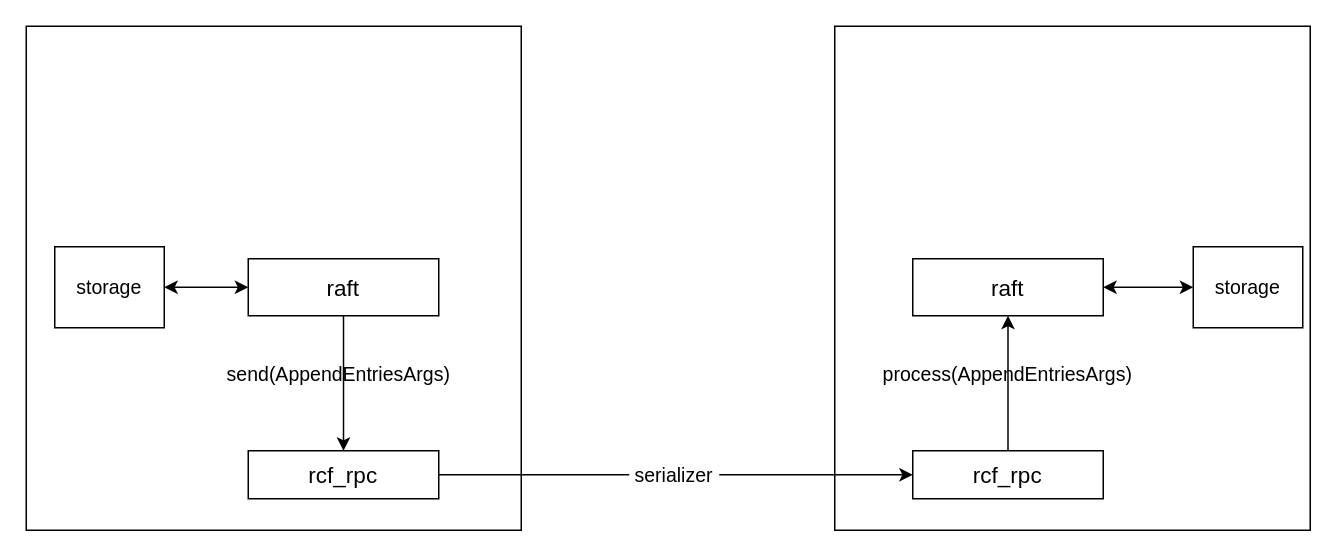
This is FlexRaft.drawio from Holworth/DrawIO, a draw.io file, before an edit. Source tidied: cells renumbered, new cells numbered last; positions are measured from the earlier drawing's top-left corner, leaving out a move shared by most shapes. Both pictures are drawn from the tidied source at 150%, with x=0, y=0 at pixel (26, 26).
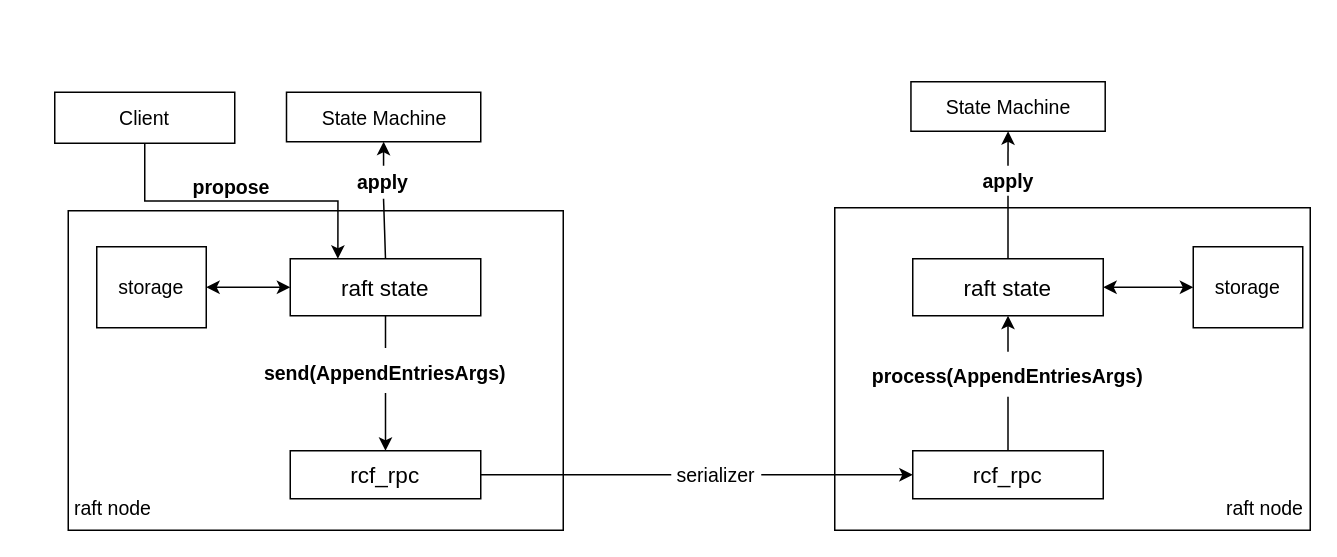
The same diagram, later.

Unchanged cells that the change refers to:
```xml
<mxCell id="7" value="&lt;font style=&quot;font-size: 15px;&quot;&gt;rcf_rpc&lt;/font&gt;" style="rounded=0;whiteSpace=wrap;html=1;" parent="1" vertex="1">
  <mxGeometry x="591" y="283" width="127" height="32" as="geometry" />
</mxCell>
```

What changed in the source:
```diff
@@
     <mxCell id="2" style="rounded=0;whiteSpace=wrap;html=1;" parent="1" vertex="1">
-      <mxGeometry width="330" height="336" as="geometry" />
+      <mxGeometry x="28" y="123" width="330" height="213" as="geometry" />
     </mxCell>
     <mxCell id="3" value="&lt;font style=&quot;font-size: 15px;&quot;&gt;rcf_rpc&lt;/font&gt;" style="rounded=0;whiteSpace=wrap;html=1;" parent="1" vertex="1">
-      <mxGeometry x="148" y="283" width="127" height="32" as="geometry" />
+      <mxGeometry x="176" y="283" width="127" height="32" as="geometry" />
     </mxCell>
-    <mxCell id="4" value="raft" style="rounded=0;whiteSpace=wrap;html=1;fontSize=15;" parent="1" vertex="1">
-      <mxGeometry x="148" y="155" width="127" height="38" as="geometry" />
+    <mxCell id="4" value="raft state" style="rounded=0;whiteSpace=wrap;html=1;fontSize=15;" parent="1" vertex="1">
+      <mxGeometry x="176" y="155" width="127" height="38" as="geometry" />
     </mxCell>
-    <mxCell id="5" style="endArrow=classic;html=1;rounded=0;fontSize=15;exitX=0.5;exitY=1;exitDx=0;exitDy=0;" parent="1" edge="1" source="4" target="3">
+    <mxCell id="5" style="endArrow=classic;html=1;rounded=0;fontSize=15;exitX=0.5;exitY=1;exitDx=0;exitDy=0;startArrow=none;" parent="1" edge="1" source="11" target="3">
       <mxGeometry relative="1" as="geometry" />
     </mxCell>
     <mxCell id="6" style="rounded=0;whiteSpace=wrap;html=1;" parent="1" vertex="1">
-      <mxGeometry x="539" width="317" height="336" as="geometry" />
+      <mxGeometry x="539" y="121" width="317" height="215" as="geometry" />
     </mxCell>
@@
-    <mxCell id="8" value="raft" style="rounded=0;whiteSpace=wrap;html=1;fontSize=15;" parent="1" vertex="1">
+    <mxCell id="8" value="raft state" style="rounded=0;whiteSpace=wrap;html=1;fontSize=15;" parent="1" vertex="1">
       <mxGeometry x="591" y="155" width="127" height="38" as="geometry" />
     </mxCell>
@@
-    <mxCell id="10" style="endArrow=classic;html=1;rounded=0;fontSize=15;exitX=0.5;exitY=0;exitDx=0;exitDy=0;" parent="1" edge="1" source="7" target="8">
+    <mxCell id="10" style="endArrow=classic;html=1;rounded=0;fontSize=15;exitX=0.5;exitY=0;exitDx=0;exitDy=0;startArrow=none;" parent="1" edge="1" source="12" target="8">
       <mxGeometry relative="1" as="geometry" />
     </mxCell>
-    <mxCell id="11" value="&lt;font style=&quot;font-size: 13px;&quot;&gt;send(AppendEntriesArgs)&lt;/font&gt;" style="text;html=1;strokeColor=none;fillColor=none;align=center;verticalAlign=middle;whiteSpace=wrap;rounded=0;fontSize=15;" parent="1" vertex="1">
-      <mxGeometry x="126" y="216" width="165" height="30" as="geometry" />
-    </mxCell>
-    <mxCell id="12" value="&lt;font style=&quot;font-size: 13px;&quot;&gt;process(AppendEntriesArgs)&lt;/font&gt;" style="text;html=1;strokeColor=none;fillColor=none;align=center;verticalAlign=middle;whiteSpace=wrap;rounded=0;fontSize=15;" parent="1" vertex="1">
-      <mxGeometry x="572" y="216" width="165" height="30" as="geometry" />
-    </mxCell>
     <mxCell id="13" value="serializer" style="text;html=1;strokeColor=none;fillColor=none;align=center;verticalAlign=middle;whiteSpace=wrap;rounded=0;fontSize=13;" parent="1" vertex="1">
-      <mxGeometry x="402" y="284" width="60" height="30" as="geometry" />
+      <mxGeometry x="430" y="284" width="60" height="30" as="geometry" />
     </mxCell>
@@
     <mxCell id="15" value="storage" style="rounded=0;whiteSpace=wrap;html=1;fontSize=13;" parent="1" vertex="1">
-      <mxGeometry x="19" y="147" width="73" height="54" as="geometry" />
+      <mxGeometry x="47" y="147" width="73" height="54" as="geometry" />
     </mxCell>
@@
+    <mxCell id="19" value="State Machine" style="rounded=0;whiteSpace=wrap;html=1;fontSize=13;" parent="1" vertex="1">
+      <mxGeometry x="173.5" y="44" width="129.5" height="33" as="geometry" />
+    </mxCell>
+    <mxCell id="20" style="endArrow=classic;html=1;rounded=0;fontSize=13;exitX=0.5;exitY=0;exitDx=0;exitDy=0;entryX=0.5;entryY=1;entryDx=0;entryDy=0;startArrow=none;" parent="1" edge="1" source="25" target="19">
+      <mxGeometry relative="1" as="geometry" />
+    </mxCell>
+    <mxCell id="21" value="State Machine" style="rounded=0;whiteSpace=wrap;html=1;fontSize=13;" parent="1" vertex="1">
+      <mxGeometry x="589.8" y="37" width="129.5" height="33" as="geometry" />
+    </mxCell>
+    <mxCell id="22" style="endArrow=classic;html=1;rounded=0;fontSize=13;exitX=0.5;exitY=0;exitDx=0;exitDy=0;entryX=0.5;entryY=1;entryDx=0;entryDy=0;startArrow=none;" parent="1" edge="1" source="23" target="21">
+      <mxGeometry relative="1" as="geometry" />
+    </mxCell>
+    <mxCell id="23" value="&lt;b&gt;apply&lt;/b&gt;" style="text;html=1;strokeColor=none;fillColor=none;align=center;verticalAlign=middle;whiteSpace=wrap;rounded=0;fontSize=13;" parent="1" vertex="1">
+      <mxGeometry x="624.5" y="93" width="60" height="20" as="geometry" />
+    </mxCell>
+    <mxCell id="24" style="endArrow=none;html=1;rounded=0;fontSize=13;exitX=0.5;exitY=0;exitDx=0;exitDy=0;entryX=0.5;entryY=1;entryDx=0;entryDy=0;" parent="1" edge="1" source="8" target="23">
+      <mxGeometry relative="1" as="geometry" />
+    </mxCell>
+    <mxCell id="25" value="&lt;b&gt;apply&lt;/b&gt;" style="text;html=1;strokeColor=none;fillColor=none;align=center;verticalAlign=middle;whiteSpace=wrap;rounded=0;fontSize=13;" parent="1" vertex="1">
+      <mxGeometry x="208.2" y="93" width="60" height="22" as="geometry" />
+    </mxCell>
+    <mxCell id="26" style="endArrow=none;html=1;rounded=0;fontSize=13;exitX=0.5;exitY=0;exitDx=0;exitDy=0;entryX=0.5;entryY=1;entryDx=0;entryDy=0;" parent="1" edge="1" source="4" target="25">
+      <mxGeometry relative="1" as="geometry" />
+    </mxCell>
+    <mxCell id="27" style="edgeStyle=orthogonalEdgeStyle;rounded=0;jettySize=auto;html=1;entryX=0.25;entryY=0;entryDx=0;entryDy=0;fontSize=13;exitX=0.5;exitY=1;exitDx=0;exitDy=0;" parent="1" edge="1" source="28" target="4">
+      <mxGeometry relative="1" as="geometry" />
+    </mxCell>
+    <mxCell id="28" value="Client" style="rounded=0;whiteSpace=wrap;html=1;fontSize=13;" parent="1" vertex="1">
+      <mxGeometry x="19" y="44" width="120" height="34" as="geometry" />
+    </mxCell>
+    <mxCell id="29" value="&lt;b&gt;propose&lt;/b&gt;" style="text;html=1;strokeColor=none;fillColor=none;align=center;verticalAlign=middle;whiteSpace=wrap;rounded=0;fontSize=13;" parent="1" vertex="1">
+      <mxGeometry x="109" y="96" width="56" height="21" as="geometry" />
+    </mxCell>
+    <mxCell id="11" value="&lt;font style=&quot;font-size: 13px;&quot;&gt;&lt;b&gt;send(AppendEntriesArgs)&lt;/b&gt;&lt;/font&gt;" style="text;html=1;strokeColor=none;fillColor=none;align=center;verticalAlign=middle;whiteSpace=wrap;rounded=0;fontSize=15;" parent="1" vertex="1">
+      <mxGeometry x="157" y="214.5" width="165" height="30" as="geometry" />
+    </mxCell>
+    <mxCell id="30" style="endArrow=none;html=1;rounded=0;fontSize=15;exitX=0.5;exitY=1;exitDx=0;exitDy=0;" parent="1" edge="1" source="4" target="11">
+      <mxGeometry relative="1" as="geometry" />
+    </mxCell>
+    <mxCell id="12" value="&lt;font style=&quot;font-size: 13px;&quot;&gt;&lt;b&gt;process(AppendEntriesArgs)&lt;/b&gt;&lt;/font&gt;" style="text;html=1;strokeColor=none;fillColor=none;align=center;verticalAlign=middle;whiteSpace=wrap;rounded=0;fontSize=15;" parent="1" vertex="1">
+      <mxGeometry x="572" y="217" width="165" height="30" as="geometry" />
+    </mxCell>
+    <mxCell id="31" style="endArrow=none;html=1;rounded=0;fontSize=15;exitX=0.5;exitY=0;exitDx=0;exitDy=0;" parent="1" edge="1" source="7" target="12">
+      <mxGeometry relative="1" as="geometry" />
+    </mxCell>
+    <mxCell id="32" value="raft node" style="text;html=1;strokeColor=none;fillColor=none;align=center;verticalAlign=middle;whiteSpace=wrap;rounded=0;fontSize=13;" parent="1" vertex="1">
+      <mxGeometry x="28" y="306" width="60" height="30" as="geometry" />
+    </mxCell>
+    <mxCell id="33" value="raft node" style="text;html=1;strokeColor=none;fillColor=none;align=center;verticalAlign=middle;whiteSpace=wrap;rounded=0;fontSize=13;" parent="1" vertex="1">
+      <mxGeometry x="796" y="306" width="60" height="30" as="geometry" />
+    </mxCell>
```
